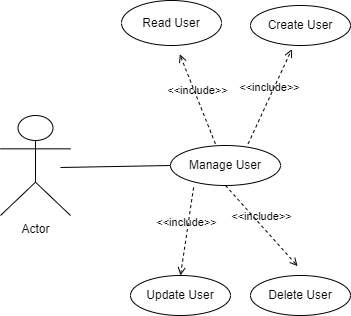
Before: PersonUseCaseDiagram.drawio.png, a diagram exported from draw.io (lordisrael/Stage3). Source tidied: cells renumbered, new cells last; positions are measured from the earlier drawing's top-left corner, leaving out a move shared by most shapes. Its diagram source:
```xml
<mxGraphModel>
  <root>
    <mxCell id="0" />
    <mxCell id="1" parent="0" />
    <mxCell id="2" value="Actor" style="shape=umlActor;verticalLabelPosition=bottom;verticalAlign=top;html=1;" parent="1" vertex="1">
      <mxGeometry y="115" width="70" height="100" as="geometry" />
    </mxCell>
    <mxCell id="3" value="Create User" style="ellipse;whiteSpace=wrap;html=1;" parent="1" vertex="1">
      <mxGeometry x="250" y="5" width="100" height="40" as="geometry" />
    </mxCell>
    <mxCell id="4" value="Manage User" style="ellipse;whiteSpace=wrap;html=1;" parent="1" vertex="1">
      <mxGeometry x="170" y="145" width="110" height="40" as="geometry" />
    </mxCell>
    <mxCell id="5" value="Delete User" style="ellipse;whiteSpace=wrap;html=1;" parent="1" vertex="1">
      <mxGeometry x="250" y="275" width="100" height="40" as="geometry" />
    </mxCell>
    <mxCell id="6" style="endArrow=none;html=1;rounded=0;entryX=0;entryY=0.5;entryDx=0;entryDy=0;" parent="1" edge="1" target="4">
      <mxGeometry relative="1" as="geometry">
        <mxPoint x="60" y="167" as="sourcePoint" />
      </mxGeometry>
    </mxCell>
    <mxCell id="7" value="Read User" style="ellipse;whiteSpace=wrap;html=1;" parent="1" vertex="1">
      <mxGeometry x="121" width="100" height="45" as="geometry" />
    </mxCell>
    <mxCell id="8" value="Update User" style="ellipse;whiteSpace=wrap;html=1;" parent="1" vertex="1">
      <mxGeometry x="130" y="275" width="100" height="40" as="geometry" />
    </mxCell>
    <mxCell id="9" value="&amp;lt;&amp;lt;include&amp;gt;&amp;gt;" style="html=1;verticalAlign=bottom;labelBackgroundColor=none;endArrow=open;endFill=0;dashed=1;rounded=0;entryX=0.583;entryY=1.196;entryDx=0;entryDy=0;entryPerimeter=0;exitX=0.408;exitY=-0.043;exitDx=0;exitDy=0;exitPerimeter=0;" parent="1" edge="1" source="4" target="7">
      <mxGeometry relative="1" as="geometry" />
    </mxCell>
    <mxCell id="10" value="&amp;lt;&amp;lt;include&amp;gt;&amp;gt;" style="html=1;verticalAlign=bottom;labelBackgroundColor=none;endArrow=open;endFill=0;dashed=1;rounded=0;exitX=0.706;exitY=-0.043;exitDx=0;exitDy=0;exitPerimeter=0;entryX=0.413;entryY=1.093;entryDx=0;entryDy=0;entryPerimeter=0;" parent="1" edge="1" source="4" target="3">
      <mxGeometry relative="1" as="geometry" />
    </mxCell>
    <mxCell id="11" value="&amp;lt;&amp;lt;include&amp;gt;&amp;gt;" style="html=1;verticalAlign=bottom;labelBackgroundColor=none;endArrow=open;endFill=0;dashed=1;rounded=0;entryX=0.5;entryY=0;entryDx=0;entryDy=0;exitX=0.21;exitY=1.048;exitDx=0;exitDy=0;exitPerimeter=0;" parent="1" edge="1" source="4" target="8">
      <mxGeometry relative="1" as="geometry" />
    </mxCell>
    <mxCell id="12" value="&amp;lt;&amp;lt;include&amp;gt;&amp;gt;" style="html=1;verticalAlign=bottom;labelBackgroundColor=none;endArrow=open;endFill=0;dashed=1;rounded=0;exitX=0.5;exitY=1;exitDx=0;exitDy=0;entryX=0.471;entryY=-0.234;entryDx=0;entryDy=0;entryPerimeter=0;" parent="1" edge="1" source="4" target="5">
      <mxGeometry relative="1" as="geometry" />
    </mxCell>
  </root>
</mxGraphModel>
```
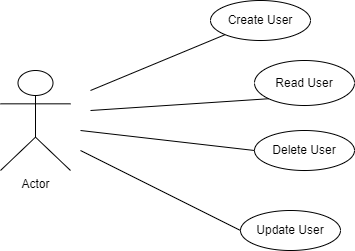
Later version of the same file.

The edit, as a diff of the source:
```diff
@@ -3,39 +3,39 @@
     <mxCell id="0" />
     <mxCell id="1" parent="0" />
     <mxCell id="2" value="Actor" style="shape=umlActor;verticalLabelPosition=bottom;verticalAlign=top;html=1;" parent="1" vertex="1">
-      <mxGeometry y="115" width="70" height="100" as="geometry" />
+      <mxGeometry x="-60" y="105" width="70" height="100" as="geometry" />
     </mxCell>
     <mxCell id="3" value="Create User" style="ellipse;whiteSpace=wrap;html=1;" parent="1" vertex="1">
-      <mxGeometry x="250" y="5" width="100" height="40" as="geometry" />
+      <mxGeometry x="150" y="35" width="100" height="40" as="geometry" />
     </mxCell>
-    <mxCell id="4" value="Manage User" style="ellipse;whiteSpace=wrap;html=1;" parent="1" vertex="1">
-      <mxGeometry x="170" y="145" width="110" height="40" as="geometry" />
-    </mxCell>
     <mxCell id="5" value="Delete User" style="ellipse;whiteSpace=wrap;html=1;" parent="1" vertex="1">
-      <mxGeometry x="250" y="275" width="100" height="40" as="geometry" />
+      <mxGeometry x="194" y="165" width="100" height="40" as="geometry" />
     </mxCell>
-    <mxCell id="6" style="endArrow=none;html=1;rounded=0;entryX=0;entryY=0.5;entryDx=0;entryDy=0;" parent="1" edge="1" target="4">
-      <mxGeometry relative="1" as="geometry">
-        <mxPoint x="60" y="167" as="sourcePoint" />
-      </mxGeometry>
-    </mxCell>
     <mxCell id="7" value="Read User" style="ellipse;whiteSpace=wrap;html=1;" parent="1" vertex="1">
-      <mxGeometry x="121" width="100" height="45" as="geometry" />
+      <mxGeometry x="194" y="95" width="100" height="45" as="geometry" />
     </mxCell>
     <mxCell id="8" value="Update User" style="ellipse;whiteSpace=wrap;html=1;" parent="1" vertex="1">
-      <mxGeometry x="130" y="275" width="100" height="40" as="geometry" />
+      <mxGeometry x="180" y="245" width="100" height="40" as="geometry" />
     </mxCell>
-    <mxCell id="9" value="&amp;lt;&amp;lt;include&amp;gt;&amp;gt;" style="html=1;verticalAlign=bottom;labelBackgroundColor=none;endArrow=open;endFill=0;dashed=1;rounded=0;entryX=0.583;entryY=1.196;entryDx=0;entryDy=0;entryPerimeter=0;exitX=0.408;exitY=-0.043;exitDx=0;exitDy=0;exitPerimeter=0;" parent="1" edge="1" source="4" target="7">
-      <mxGeometry relative="1" as="geometry" />
-    </mxCell>
-    <mxCell id="10" value="&amp;lt;&amp;lt;include&amp;gt;&amp;gt;" style="html=1;verticalAlign=bottom;labelBackgroundColor=none;endArrow=open;endFill=0;dashed=1;rounded=0;exitX=0.706;exitY=-0.043;exitDx=0;exitDy=0;exitPerimeter=0;entryX=0.413;entryY=1.093;entryDx=0;entryDy=0;entryPerimeter=0;" parent="1" edge="1" source="4" target="3">
-      <mxGeometry relative="1" as="geometry" />
-    </mxCell>
-    <mxCell id="11" value="&amp;lt;&amp;lt;include&amp;gt;&amp;gt;" style="html=1;verticalAlign=bottom;labelBackgroundColor=none;endArrow=open;endFill=0;dashed=1;rounded=0;entryX=0.5;entryY=0;entryDx=0;entryDy=0;exitX=0.21;exitY=1.048;exitDx=0;exitDy=0;exitPerimeter=0;" parent="1" edge="1" source="4" target="8">
-      <mxGeometry relative="1" as="geometry" />
-    </mxCell>
-    <mxCell id="12" value="&amp;lt;&amp;lt;include&amp;gt;&amp;gt;" style="html=1;verticalAlign=bottom;labelBackgroundColor=none;endArrow=open;endFill=0;dashed=1;rounded=0;exitX=0.5;exitY=1;exitDx=0;exitDy=0;entryX=0.471;entryY=-0.234;entryDx=0;entryDy=0;entryPerimeter=0;" parent="1" edge="1" source="4" target="5">
-      <mxGeometry relative="1" as="geometry" />
-    </mxCell>
+    <mxCell id="13" style="endArrow=none;html=1;rounded=0;entryX=0;entryY=1;entryDx=0;entryDy=0;" parent="1" edge="1" target="3">
+      <mxGeometry relative="1" as="geometry">
+        <mxPoint x="30" y="125" as="sourcePoint" />
+      </mxGeometry>
+    </mxCell>
+    <mxCell id="14" style="endArrow=none;html=1;rounded=0;entryX=0;entryY=1;entryDx=0;entryDy=0;" parent="1" edge="1" target="7">
+      <mxGeometry relative="1" as="geometry">
+        <mxPoint x="30" y="145" as="sourcePoint" />
+      </mxGeometry>
+    </mxCell>
+    <mxCell id="15" style="endArrow=none;html=1;rounded=0;entryX=0;entryY=0.5;entryDx=0;entryDy=0;" parent="1" edge="1" target="5">
+      <mxGeometry relative="1" as="geometry">
+        <mxPoint x="20" y="165" as="sourcePoint" />
+      </mxGeometry>
+    </mxCell>
+    <mxCell id="16" style="endArrow=none;html=1;rounded=0;entryX=0;entryY=0.5;entryDx=0;entryDy=0;" parent="1" edge="1" target="8">
+      <mxGeometry relative="1" as="geometry">
+        <mxPoint x="20" y="185" as="sourcePoint" />
+      </mxGeometry>
+    </mxCell>
   </root>
 </mxGraphModel>
```
